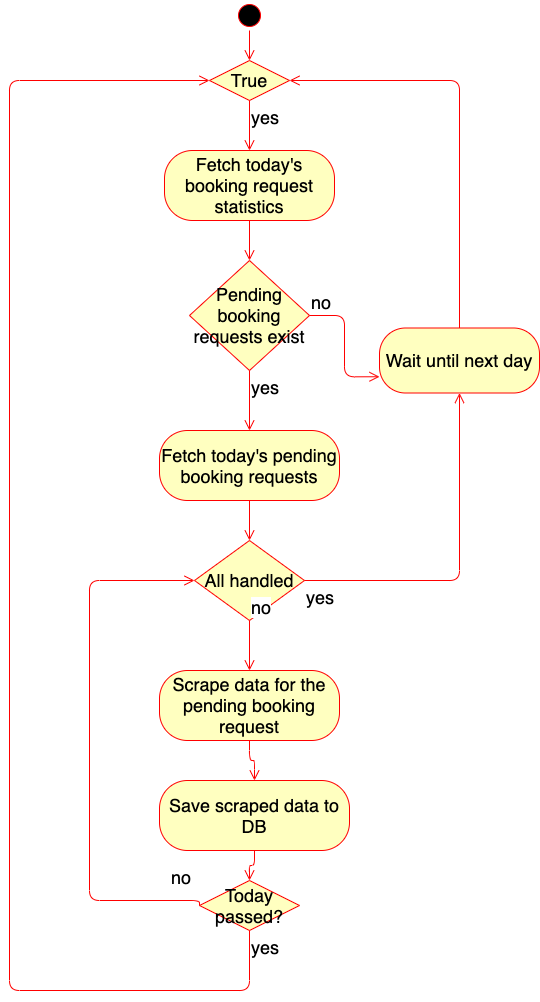
Above: doc/how_rqs_works.png in mattzgg/RentalsScraping (draw.io), before the change. Source tidied: cells renumbered, new cells last; positions are measured from the earlier drawing's top-left corner, leaving out a move shared by most shapes.
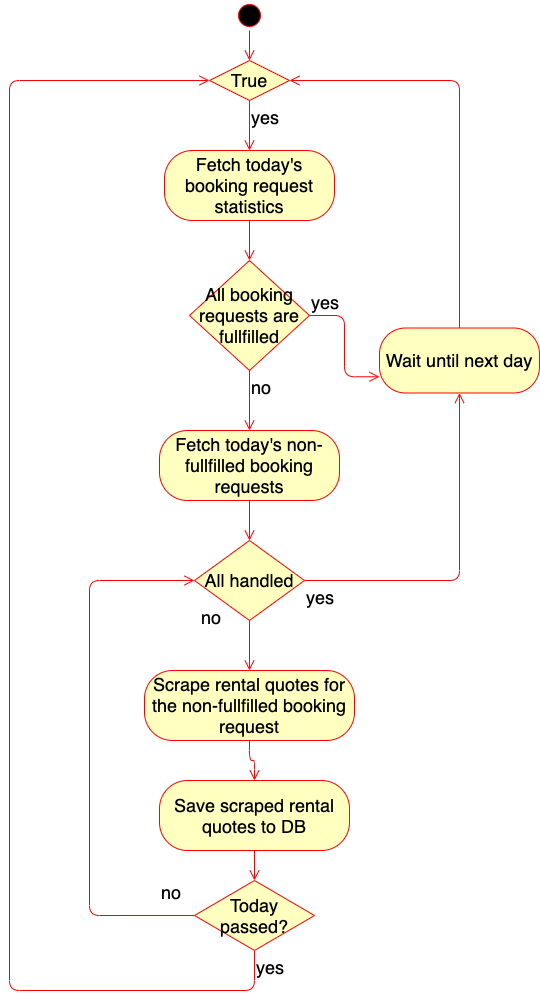
Above is the later version.

Commit message:
Redesign the db to make it being a star schema

Diff of the diagram source:
```diff
@@ -20,13 +20,13 @@
     <mxCell id="7" style="edgeStyle=orthogonalEdgeStyle;html=1;verticalAlign=bottom;endArrow=open;endSize=8;strokeColor=#ff0000;entryX=0.5;entryY=0;entryDx=0;entryDy=0;fontSize=18;" parent="1" edge="1" source="6" target="8">
       <mxGeometry relative="1" as="geometry" />
     </mxCell>
-    <mxCell id="8" value="Pending booking requests exist" style="rhombus;whiteSpace=wrap;html=1;fillColor=#ffffc0;strokeColor=#ff0000;fontSize=18;" parent="1" vertex="1">
+    <mxCell id="8" value="All booking requests are fullfilled" style="rhombus;whiteSpace=wrap;html=1;fillColor=#ffffc0;strokeColor=#ff0000;fontSize=18;" parent="1" vertex="1">
       <mxGeometry x="180" y="260" width="120" height="110" as="geometry" />
     </mxCell>
-    <mxCell id="9" value="no" style="edgeStyle=orthogonalEdgeStyle;html=1;align=left;verticalAlign=bottom;endArrow=open;endSize=8;strokeColor=#ff0000;entryX=0;entryY=0.75;entryDx=0;entryDy=0;fontSize=18;" parent="1" edge="1" source="8" target="11">
+    <mxCell id="9" value="yes" style="edgeStyle=orthogonalEdgeStyle;html=1;align=left;verticalAlign=bottom;endArrow=open;endSize=8;strokeColor=#ff0000;entryX=0;entryY=0.75;entryDx=0;entryDy=0;fontSize=18;" parent="1" edge="1" source="8" target="11">
       <mxGeometry x="-1" relative="1" as="geometry" />
     </mxCell>
-    <mxCell id="10" value="yes" style="edgeStyle=orthogonalEdgeStyle;html=1;align=left;verticalAlign=top;endArrow=open;endSize=8;strokeColor=#ff0000;entryX=0.5;entryY=0;entryDx=0;entryDy=0;fontSize=18;" parent="1" edge="1" source="8" target="13">
+    <mxCell id="10" value="no" style="edgeStyle=orthogonalEdgeStyle;html=1;align=left;verticalAlign=top;endArrow=open;endSize=8;strokeColor=#ff0000;entryX=0.5;entryY=0;entryDx=0;entryDy=0;fontSize=18;" parent="1" edge="1" source="8" target="13">
       <mxGeometry x="-1" relative="1" as="geometry" />
     </mxCell>
     <mxCell id="11" value="Wait until next day" style="rounded=1;whiteSpace=wrap;html=1;arcSize=40;fontColor=#000000;fillColor=#ffffc0;strokeColor=#ff0000;fontSize=18;" parent="1" vertex="1">
@@ -35,7 +35,7 @@
     <mxCell id="12" style="edgeStyle=orthogonalEdgeStyle;html=1;verticalAlign=bottom;endArrow=open;endSize=8;strokeColor=#ff0000;entryX=1;entryY=0.5;entryDx=0;entryDy=0;exitX=0.5;exitY=0;exitDx=0;exitDy=0;fontSize=18;" parent="1" edge="1" source="11" target="4">
       <mxGeometry relative="1" as="geometry" />
     </mxCell>
-    <mxCell id="13" value="Fetch today's pending booking requests" style="rounded=1;whiteSpace=wrap;html=1;arcSize=40;fontColor=#000000;fillColor=#ffffc0;strokeColor=#ff0000;fontSize=18;" parent="1" vertex="1">
+    <mxCell id="13" value="Fetch today's non-fullfilled booking requests" style="rounded=1;whiteSpace=wrap;html=1;arcSize=40;fontColor=#000000;fillColor=#ffffc0;strokeColor=#ff0000;fontSize=18;" parent="1" vertex="1">
       <mxGeometry x="150" y="430" width="180" height="70" as="geometry" />
     </mxCell>
     <mxCell id="14" style="edgeStyle=orthogonalEdgeStyle;html=1;verticalAlign=bottom;endArrow=open;endSize=8;strokeColor=#ff0000;entryX=0.5;entryY=0;entryDx=0;entryDy=0;fontSize=18;" parent="1" edge="1" source="13" target="15">
@@ -45,28 +45,27 @@
       <mxGeometry x="185" y="540" width="110" height="80" as="geometry" />
     </mxCell>
     <mxCell id="16" value="no" style="edgeStyle=orthogonalEdgeStyle;html=1;align=left;verticalAlign=bottom;endArrow=open;endSize=8;strokeColor=#ff0000;entryX=0.5;entryY=0;entryDx=0;entryDy=0;fontSize=18;" parent="1" edge="1" source="15" target="18">
-      <mxGeometry x="-1" relative="1" as="geometry" />
+      <mxGeometry x="-0.6" y="-50" relative="1" as="geometry" />
     </mxCell>
     <mxCell id="17" value="yes" style="edgeStyle=orthogonalEdgeStyle;html=1;align=left;verticalAlign=top;endArrow=open;endSize=8;strokeColor=#ff0000;entryX=0.5;entryY=1;entryDx=0;entryDy=0;fontSize=18;" parent="1" edge="1" source="15" target="11">
       <mxGeometry x="-1" relative="1" as="geometry" />
     </mxCell>
-    <mxCell id="18" value="Scrape data for the pending booking request" style="rounded=1;whiteSpace=wrap;html=1;arcSize=40;fontColor=#000000;fillColor=#ffffc0;strokeColor=#ff0000;fontSize=18;" parent="1" vertex="1">
-      <mxGeometry x="150" y="670" width="180" height="70" as="geometry" />
+    <mxCell id="18" value="Scrape rental quotes for the non-fullfilled booking request" style="rounded=1;whiteSpace=wrap;html=1;arcSize=40;fontColor=#000000;fillColor=#ffffc0;strokeColor=#ff0000;fontSize=18;" parent="1" vertex="1">
+      <mxGeometry x="135" y="670" width="210" height="70" as="geometry" />
     </mxCell>
-    <mxCell id="19" value="Save scraped data to DB" style="rounded=1;whiteSpace=wrap;html=1;arcSize=40;fontColor=#000000;fillColor=#ffffc0;strokeColor=#ff0000;fontSize=18;" parent="1" vertex="1">
+    <mxCell id="19" value="Save scraped rental quotes to DB" style="rounded=1;whiteSpace=wrap;html=1;arcSize=40;fontColor=#000000;fillColor=#ffffc0;strokeColor=#ff0000;fontSize=18;" parent="1" vertex="1">
       <mxGeometry x="150" y="780" width="190" height="70" as="geometry" />
     </mxCell>
     <mxCell id="20" style="edgeStyle=orthogonalEdgeStyle;html=1;verticalAlign=bottom;endArrow=open;endSize=8;strokeColor=#ff0000;entryX=0.5;entryY=0;entryDx=0;entryDy=0;fontSize=18;" parent="1" edge="1" source="19" target="21">
       <mxGeometry relative="1" as="geometry" />
     </mxCell>
     <mxCell id="21" value="Today passed?" style="rhombus;whiteSpace=wrap;html=1;fillColor=#ffffc0;strokeColor=#ff0000;fontSize=18;" parent="1" vertex="1">
-      <mxGeometry x="190" y="880" width="100" height="50" as="geometry" />
+      <mxGeometry x="185" y="880" width="120" height="70" as="geometry" />
     </mxCell>
     <mxCell id="22" value="no" style="edgeStyle=orthogonalEdgeStyle;html=1;align=left;verticalAlign=bottom;endArrow=open;endSize=8;strokeColor=#ff0000;entryX=0;entryY=0.5;entryDx=0;entryDy=0;fontSize=18;exitX=0;exitY=0.5;exitDx=0;exitDy=0;" parent="1" edge="1" source="21" target="15">
       <mxGeometry x="-0.87" y="-10" relative="1" as="geometry">
         <Array as="points">
-          <mxPoint x="190" y="900" />
-          <mxPoint x="80" y="900" />
+          <mxPoint x="80" y="915" />
           <mxPoint x="80" y="580" />
         </Array>
       </mxGeometry>
@@ -74,7 +73,7 @@
     <mxCell id="23" value="yes" style="edgeStyle=orthogonalEdgeStyle;html=1;align=left;verticalAlign=top;endArrow=open;endSize=8;strokeColor=#ff0000;entryX=0;entryY=0.5;entryDx=0;entryDy=0;exitX=0.5;exitY=1;exitDx=0;exitDy=0;fontSize=18;" parent="1" edge="1" source="21" target="4">
       <mxGeometry x="-1" relative="1" as="geometry">
         <Array as="points">
-          <mxPoint x="240" y="990" />
+          <mxPoint x="245" y="990" />
           <mxPoint y="990" />
           <mxPoint y="80" />
         </Array>
```
